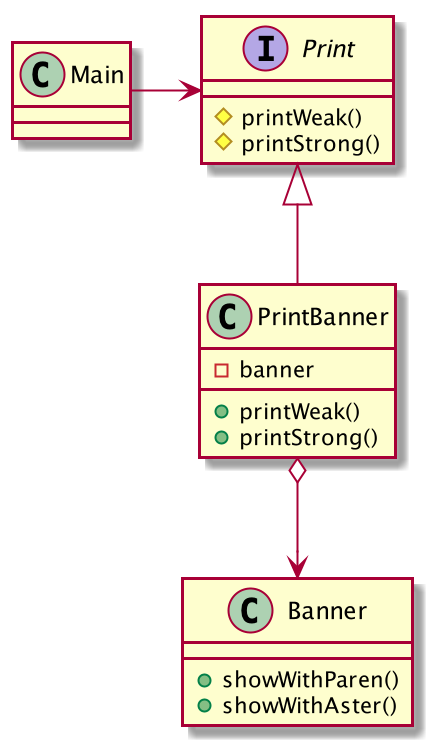
Above: assets/post/designpattern/AdapterExample2.png in jsyang-dev/jsyang-dev.github.io (PlantUML), before the change. Its diagram source:
```plantuml
@startuml

class Main {
}
interface Print {
    #printWeak()
    #printStrong()
}
class PrintBanner {
    -banner
    +printWeak()
    +printStrong()
}
class Banner {
    +showWithParen()
    +showWithAster()
}

Main -> Print
Print <|-- PrintBanner
PrintBanner o--> Banner

@enduml
```
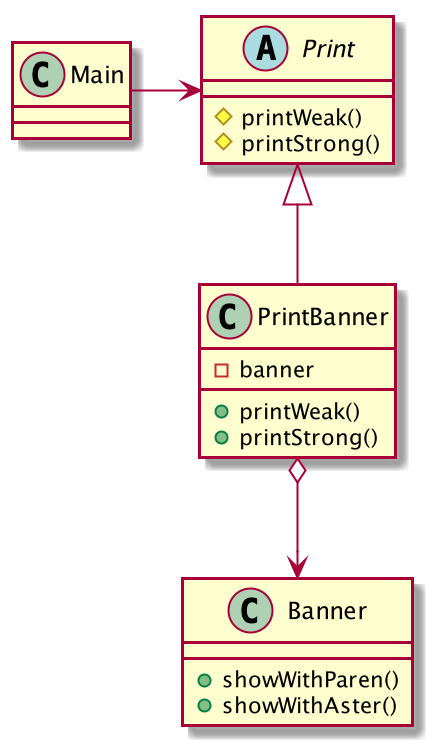
After the commit.

Commit message:
클래스 다이어그램 수정

Diff of the diagram source:
```diff
@@ -2,7 +2,7 @@
 
 class Main {
 }
-interface Print {
+abstract class Print {
     #printWeak()
     #printStrong()
 }
```
